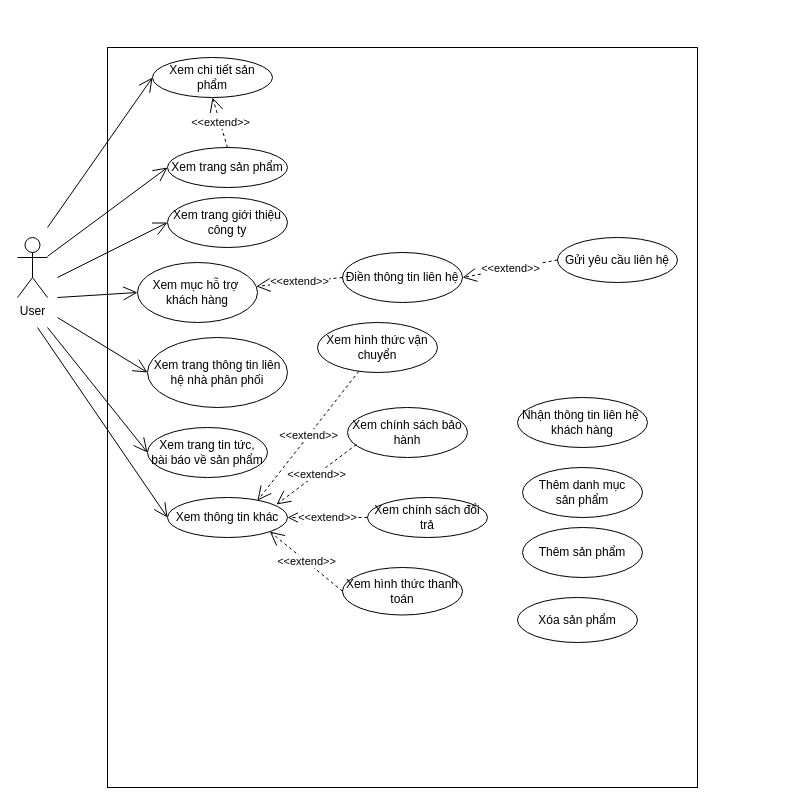
This is userDiagram.drawio from hoangminh15/PTTKHT, a draw.io file, before an edit. Source tidied: cells renumbered, new cells numbered last; positions are measured from the earlier drawing's top-left corner, leaving out a move shared by most shapes. Both pictures are drawn from the tidied source at 100%, with x=0, y=0 at pixel (17, 47).
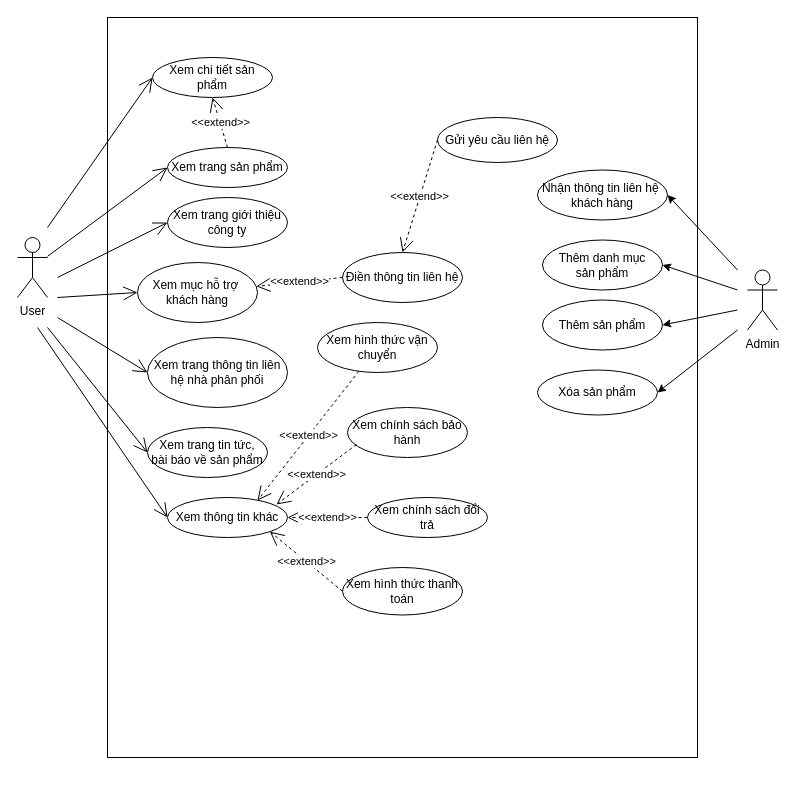
The same diagram, later.

Unchanged cells that the change refers to:
```xml
<mxCell id="8" value="Điền thông tin liên hệ" style="ellipse;whiteSpace=wrap;html=1;" parent="1" vertex="1">
  <mxGeometry x="325" y="205" width="120" height="50" as="geometry" />
</mxCell>
```

What changed in the source:
```diff
@@
     <mxCell id="3" style="rounded=0;whiteSpace=wrap;html=1;" parent="1" vertex="1">
-      <mxGeometry x="90" width="590" height="740" as="geometry" />
+      <mxGeometry x="90" y="-30" width="590" height="740" as="geometry" />
     </mxCell>
@@
     <mxCell id="9" value="Gửi yêu cầu liên hệ" style="ellipse;whiteSpace=wrap;html=1;" parent="1" vertex="1">
-      <mxGeometry x="540" y="190" width="120" height="45" as="geometry" />
+      <mxGeometry x="420" y="70" width="120" height="45" as="geometry" />
     </mxCell>
@@
     <mxCell id="15" value="Thêm sản phẩm" style="ellipse;whiteSpace=wrap;html=1;" parent="1" vertex="1">
-      <mxGeometry x="505" y="480" width="120" height="50" as="geometry" />
+      <mxGeometry x="525" y="252.5" width="120" height="50" as="geometry" />
     </mxCell>
     <mxCell id="16" value="Nhận thông tin liên hệ&amp;nbsp;&lt;br&gt;khách hàng" style="ellipse;whiteSpace=wrap;html=1;" parent="1" vertex="1">
-      <mxGeometry x="500" y="350" width="130" height="50" as="geometry" />
+      <mxGeometry x="520" y="122.5" width="130" height="50" as="geometry" />
     </mxCell>
     <mxCell id="17" value="Thêm danh mục &lt;br&gt;sản phẩm" style="ellipse;whiteSpace=wrap;html=1;" parent="1" vertex="1">
-      <mxGeometry x="505" y="420" width="120" height="50" as="geometry" />
+      <mxGeometry x="525" y="192.5" width="120" height="50" as="geometry" />
     </mxCell>
@@
     <mxCell id="19" value="Xóa sản phẩm" style="ellipse;whiteSpace=wrap;html=1;" parent="1" vertex="1">
-      <mxGeometry x="500" y="550" width="120" height="45" as="geometry" />
+      <mxGeometry x="520" y="322.5" width="120" height="45" as="geometry" />
     </mxCell>
@@
-    <mxCell id="21" value="&amp;lt;&amp;lt;extend&amp;gt;&amp;gt;" style="endArrow=open;endSize=12;dashed=1;html=1;exitX=0;exitY=0.5;exitDx=0;exitDy=0;entryX=1;entryY=0.5;entryDx=0;entryDy=0;" parent="1" edge="1" source="9" target="8">
+    <mxCell id="21" value="&amp;lt;&amp;lt;extend&amp;gt;&amp;gt;" style="endArrow=open;endSize=12;dashed=1;html=1;exitX=0;exitY=0.5;exitDx=0;exitDy=0;entryX=0.5;entryY=0;entryDx=0;entryDy=0;" parent="1" edge="1" source="9" target="8">
       <mxGeometry relative="1" as="geometry" />
     </mxCell>
@@
+    <mxCell id="36" value="Admin" style="shape=umlActor;verticalLabelPosition=bottom;verticalAlign=top;html=1;" parent="1" vertex="1">
+      <mxGeometry x="730" y="222.5" width="30" height="60" as="geometry" />
+    </mxCell>
+    <mxCell id="37" style="endArrow=classic;html=1;entryX=1;entryY=0.5;entryDx=0;entryDy=0;" parent="1" edge="1" target="16">
+      <mxGeometry relative="1" as="geometry">
+        <mxPoint x="720" y="222.5" as="sourcePoint" />
+      </mxGeometry>
+    </mxCell>
+    <mxCell id="38" style="endArrow=classic;html=1;entryX=1;entryY=0.5;entryDx=0;entryDy=0;" parent="1" edge="1" target="17">
+      <mxGeometry relative="1" as="geometry">
+        <mxPoint x="720" y="242.5" as="sourcePoint" />
+      </mxGeometry>
+    </mxCell>
+    <mxCell id="39" style="endArrow=classic;html=1;entryX=1;entryY=0.5;entryDx=0;entryDy=0;" parent="1" edge="1" target="15">
+      <mxGeometry relative="1" as="geometry">
+        <mxPoint x="720" y="262.5" as="sourcePoint" />
+      </mxGeometry>
+    </mxCell>
+    <mxCell id="40" style="endArrow=classic;html=1;entryX=1;entryY=0.5;entryDx=0;entryDy=0;" parent="1" edge="1" target="19">
+      <mxGeometry relative="1" as="geometry">
+        <mxPoint x="720" y="282.5" as="sourcePoint" />
+      </mxGeometry>
+    </mxCell>
```
